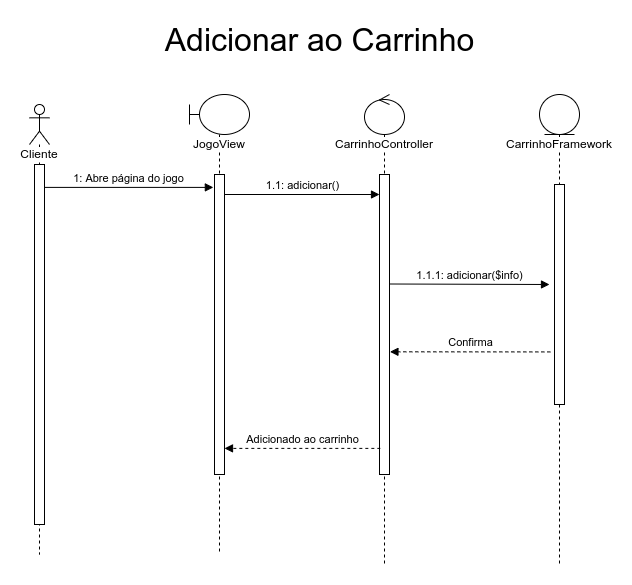
Earlier version of the draw.io export docs/Diagramas/Diagrama-Sequência/Sequencia-Adicionar ao Carinho.drawio.png (joaopaulo7/GCC188-Projeto-Final). Source tidied: cells renumbered, new cells last; positions are measured from the earlier drawing's top-left corner, leaving out a move shared by most shapes. The source it was exported from:
```xml
<mxGraphModel>
  <root>
    <mxCell id="0" />
    <mxCell id="1" parent="0" />
    <mxCell id="2" value="&lt;span style=&quot;background-color: rgb(255 , 255 , 255)&quot;&gt;Cliente&lt;/span&gt;" style="shape=umlLifeline;participant=umlActor;perimeter=lifelinePerimeter;whiteSpace=wrap;html=1;verticalAlign=top;spacingTop=36;" parent="1" vertex="1">
      <mxGeometry y="80" width="20" height="450" as="geometry" />
    </mxCell>
    <mxCell id="3" style="html=1;points=[];perimeter=orthogonalPerimeter;fillColor=default;" parent="2" vertex="1">
      <mxGeometry x="5" y="60" width="10" height="360" as="geometry" />
    </mxCell>
    <mxCell id="4" value="&lt;span style=&quot;background-color: rgb(255 , 255 , 255)&quot;&gt;JogoView&lt;/span&gt;" style="shape=umlLifeline;participant=umlBoundary;perimeter=lifelinePerimeter;whiteSpace=wrap;html=1;verticalAlign=top;spacingTop=36;" parent="1" vertex="1">
      <mxGeometry x="160" y="70" width="60" height="460" as="geometry" />
    </mxCell>
    <mxCell id="5" style="html=1;points=[];perimeter=orthogonalPerimeter;fillColor=default;" parent="4" vertex="1">
      <mxGeometry x="25" y="80" width="10" height="300" as="geometry" />
    </mxCell>
    <mxCell id="6" value="1.1: adicionar()" style="html=1;verticalAlign=bottom;endArrow=block;rounded=0;" parent="4" edge="1" target="8">
      <mxGeometry relative="1" as="geometry">
        <mxPoint x="35" y="100" as="sourcePoint" />
      </mxGeometry>
    </mxCell>
    <mxCell id="7" value="&lt;span style=&quot;background-color: rgb(255 , 255 , 255)&quot;&gt;CarrinhoController&lt;/span&gt;" style="shape=umlLifeline;participant=umlControl;perimeter=lifelinePerimeter;whiteSpace=wrap;html=1;verticalAlign=top;spacingTop=36;fillColor=default;" parent="1" vertex="1">
      <mxGeometry x="335" y="70" width="40" height="470" as="geometry" />
    </mxCell>
    <mxCell id="8" style="html=1;points=[];perimeter=orthogonalPerimeter;labelBackgroundColor=#FFFFFF;fillColor=default;" parent="7" vertex="1">
      <mxGeometry x="15" y="80" width="10" height="300" as="geometry" />
    </mxCell>
    <mxCell id="9" value="1: Abre página do jogo" style="html=1;verticalAlign=bottom;endArrow=block;rounded=0;entryX=-0.114;entryY=0.043;entryDx=0;entryDy=0;entryPerimeter=0;" parent="1" edge="1" source="3" target="5">
      <mxGeometry relative="1" as="geometry" />
    </mxCell>
    <mxCell id="10" value="CarrinhoFramework" style="shape=umlLifeline;participant=umlEntity;perimeter=lifelinePerimeter;whiteSpace=wrap;html=1;verticalAlign=top;spacingTop=36;labelBackgroundColor=#FFFFFF;fillColor=default;" parent="1" vertex="1">
      <mxGeometry x="510" y="70" width="40" height="470" as="geometry" />
    </mxCell>
    <mxCell id="11" style="html=1;points=[];perimeter=orthogonalPerimeter;labelBackgroundColor=#FFFFFF;fillColor=default;" parent="10" vertex="1">
      <mxGeometry x="15" y="90" width="10" height="220" as="geometry" />
    </mxCell>
    <mxCell id="12" value="1.1.1: adicionar($info)" style="html=1;verticalAlign=bottom;endArrow=block;rounded=0;exitX=1.043;exitY=0.365;exitDx=0;exitDy=0;exitPerimeter=0;" parent="1" edge="1" source="8">
      <mxGeometry relative="1" as="geometry">
        <mxPoint x="520" y="260" as="targetPoint" />
      </mxGeometry>
    </mxCell>
    <mxCell id="13" value="Confirma" style="html=1;verticalAlign=bottom;endArrow=block;rounded=0;exitX=-0.417;exitY=0.761;exitDx=0;exitDy=0;exitPerimeter=0;dashed=1;entryX=1.043;entryY=0.591;entryDx=0;entryDy=0;entryPerimeter=0;" parent="1" edge="1" source="11" target="8">
      <mxGeometry relative="1" as="geometry" />
    </mxCell>
    <mxCell id="14" value="Adicionado ao carrinho" style="html=1;verticalAlign=bottom;endArrow=block;rounded=0;exitX=0.083;exitY=0.953;exitDx=0;exitDy=0;exitPerimeter=0;dashed=1;" parent="1" edge="1">
      <mxGeometry relative="1" as="geometry">
        <mxPoint x="350.8" y="423.9" as="sourcePoint" />
        <mxPoint x="195" y="423.9" as="targetPoint" />
      </mxGeometry>
    </mxCell>
    <mxCell id="15" value="&lt;font style=&quot;font-size: 32px&quot;&gt;Adicionar ao Carrinho&lt;/font&gt;" style="text;html=1;align=center;verticalAlign=middle;strokeColor=none;fillColor=none;" parent="1" vertex="1">
      <mxGeometry x="125" width="330" height="30" as="geometry" />
    </mxCell>
  </root>
</mxGraphModel>
```
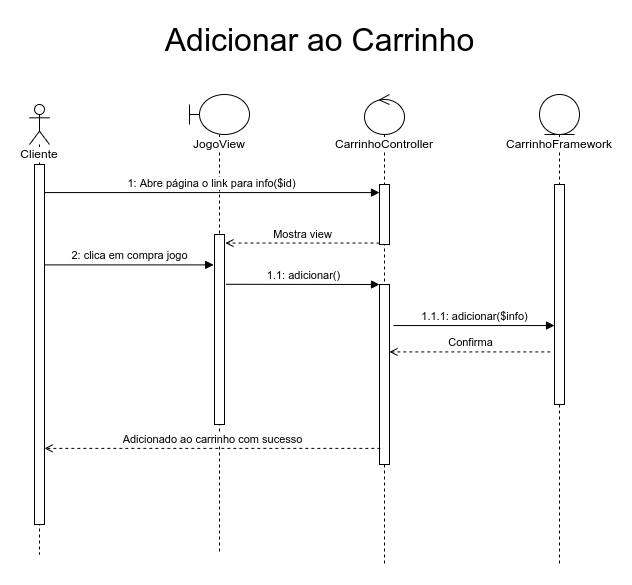
The same file after the commit.

What changed in the source:
```diff
@@ -12,20 +12,18 @@
       <mxGeometry x="160" y="70" width="60" height="460" as="geometry" />
     </mxCell>
     <mxCell id="5" style="html=1;points=[];perimeter=orthogonalPerimeter;fillColor=default;" parent="4" vertex="1">
-      <mxGeometry x="25" y="80" width="10" height="300" as="geometry" />
+      <mxGeometry x="25" y="140" width="10" height="190" as="geometry" />
     </mxCell>
-    <mxCell id="6" value="1.1: adicionar()" style="html=1;verticalAlign=bottom;endArrow=block;rounded=0;" parent="4" edge="1" target="8">
-      <mxGeometry relative="1" as="geometry">
-        <mxPoint x="35" y="100" as="sourcePoint" />
-      </mxGeometry>
-    </mxCell>
     <mxCell id="7" value="&lt;span style=&quot;background-color: rgb(255 , 255 , 255)&quot;&gt;CarrinhoController&lt;/span&gt;" style="shape=umlLifeline;participant=umlControl;perimeter=lifelinePerimeter;whiteSpace=wrap;html=1;verticalAlign=top;spacingTop=36;fillColor=default;" parent="1" vertex="1">
       <mxGeometry x="335" y="70" width="40" height="470" as="geometry" />
     </mxCell>
     <mxCell id="8" style="html=1;points=[];perimeter=orthogonalPerimeter;labelBackgroundColor=#FFFFFF;fillColor=default;" parent="7" vertex="1">
-      <mxGeometry x="15" y="80" width="10" height="300" as="geometry" />
+      <mxGeometry x="15" y="190" width="10" height="180" as="geometry" />
     </mxCell>
+    <mxCell id="16" style="html=1;points=[];perimeter=orthogonalPerimeter;" parent="7" vertex="1">
+      <mxGeometry x="15" y="90" width="10" height="60" as="geometry" />
+    </mxCell>
-    <mxCell id="9" value="1: Abre página do jogo" style="html=1;verticalAlign=bottom;endArrow=block;rounded=0;entryX=-0.114;entryY=0.043;entryDx=0;entryDy=0;entryPerimeter=0;" parent="1" edge="1" source="3" target="5">
+    <mxCell id="9" value="1: Abre página o link para info($id)" style="html=1;verticalAlign=bottom;endArrow=block;rounded=0;exitX=1.021;exitY=0.078;exitDx=0;exitDy=0;exitPerimeter=0;" parent="1" edge="1" source="3" target="16">
       <mxGeometry relative="1" as="geometry" />
     </mxCell>
     <mxCell id="10" value="CarrinhoFramework" style="shape=umlLifeline;participant=umlEntity;perimeter=lifelinePerimeter;whiteSpace=wrap;html=1;verticalAlign=top;spacingTop=36;labelBackgroundColor=#FFFFFF;fillColor=default;" parent="1" vertex="1">
@@ -34,22 +32,28 @@
     <mxCell id="11" style="html=1;points=[];perimeter=orthogonalPerimeter;labelBackgroundColor=#FFFFFF;fillColor=default;" parent="10" vertex="1">
       <mxGeometry x="15" y="90" width="10" height="220" as="geometry" />
     </mxCell>
-    <mxCell id="12" value="1.1.1: adicionar($info)" style="html=1;verticalAlign=bottom;endArrow=block;rounded=0;exitX=1.043;exitY=0.365;exitDx=0;exitDy=0;exitPerimeter=0;" parent="1" edge="1" source="8">
-      <mxGeometry relative="1" as="geometry">
-        <mxPoint x="520" y="260" as="targetPoint" />
-      </mxGeometry>
+    <mxCell id="12" value="1.1.1: adicionar($info)" style="html=1;verticalAlign=bottom;endArrow=block;rounded=0;exitX=1.4;exitY=0.228;exitDx=0;exitDy=0;exitPerimeter=0;" parent="1" edge="1" source="8" target="11">
+      <mxGeometry relative="1" as="geometry" />
     </mxCell>
-    <mxCell id="13" value="Confirma" style="html=1;verticalAlign=bottom;endArrow=block;rounded=0;exitX=-0.417;exitY=0.761;exitDx=0;exitDy=0;exitPerimeter=0;dashed=1;entryX=1.043;entryY=0.591;entryDx=0;entryDy=0;entryPerimeter=0;" parent="1" edge="1" source="11" target="8">
+    <mxCell id="13" value="Confirma" style="html=1;verticalAlign=bottom;endArrow=open;rounded=0;exitX=-0.417;exitY=0.761;exitDx=0;exitDy=0;exitPerimeter=0;dashed=1;endFill=0;" parent="1" edge="1" source="11" target="8">
       <mxGeometry relative="1" as="geometry" />
     </mxCell>
-    <mxCell id="14" value="Adicionado ao carrinho" style="html=1;verticalAlign=bottom;endArrow=block;rounded=0;exitX=0.083;exitY=0.953;exitDx=0;exitDy=0;exitPerimeter=0;dashed=1;" parent="1" edge="1">
+    <mxCell id="14" value="Adicionado ao carrinho com sucesso" style="html=1;verticalAlign=bottom;endArrow=open;rounded=0;exitX=0.083;exitY=0.953;exitDx=0;exitDy=0;exitPerimeter=0;dashed=1;endFill=0;" parent="1" edge="1" target="3">
       <mxGeometry relative="1" as="geometry">
         <mxPoint x="350.8" y="423.9" as="sourcePoint" />
-        <mxPoint x="195" y="423.9" as="targetPoint" />
       </mxGeometry>
     </mxCell>
     <mxCell id="15" value="&lt;font style=&quot;font-size: 32px&quot;&gt;Adicionar ao Carrinho&lt;/font&gt;" style="text;html=1;align=center;verticalAlign=middle;strokeColor=none;fillColor=none;" parent="1" vertex="1">
       <mxGeometry x="125" width="330" height="30" as="geometry" />
     </mxCell>
+    <mxCell id="6" value="1.1: adicionar()" style="html=1;verticalAlign=bottom;endArrow=block;rounded=0;exitX=1.159;exitY=0.262;exitDx=0;exitDy=0;exitPerimeter=0;" parent="1" edge="1" source="5" target="8">
+      <mxGeometry relative="1" as="geometry" />
+    </mxCell>
+    <mxCell id="17" value="Mostra view" style="html=1;verticalAlign=bottom;endArrow=open;rounded=0;dashed=1;entryX=1.09;entryY=0.045;entryDx=0;entryDy=0;entryPerimeter=0;endFill=0;" parent="1" edge="1" source="16" target="5">
+      <mxGeometry relative="1" as="geometry" />
+    </mxCell>
+    <mxCell id="18" value="2: clica em compra jogo" style="html=1;verticalAlign=bottom;endArrow=block;rounded=0;entryX=-0.083;entryY=0.16;entryDx=0;entryDy=0;entryPerimeter=0;" parent="1" edge="1" source="3" target="5">
+      <mxGeometry relative="1" as="geometry" />
+    </mxCell>
   </root>
 </mxGraphModel>
```
